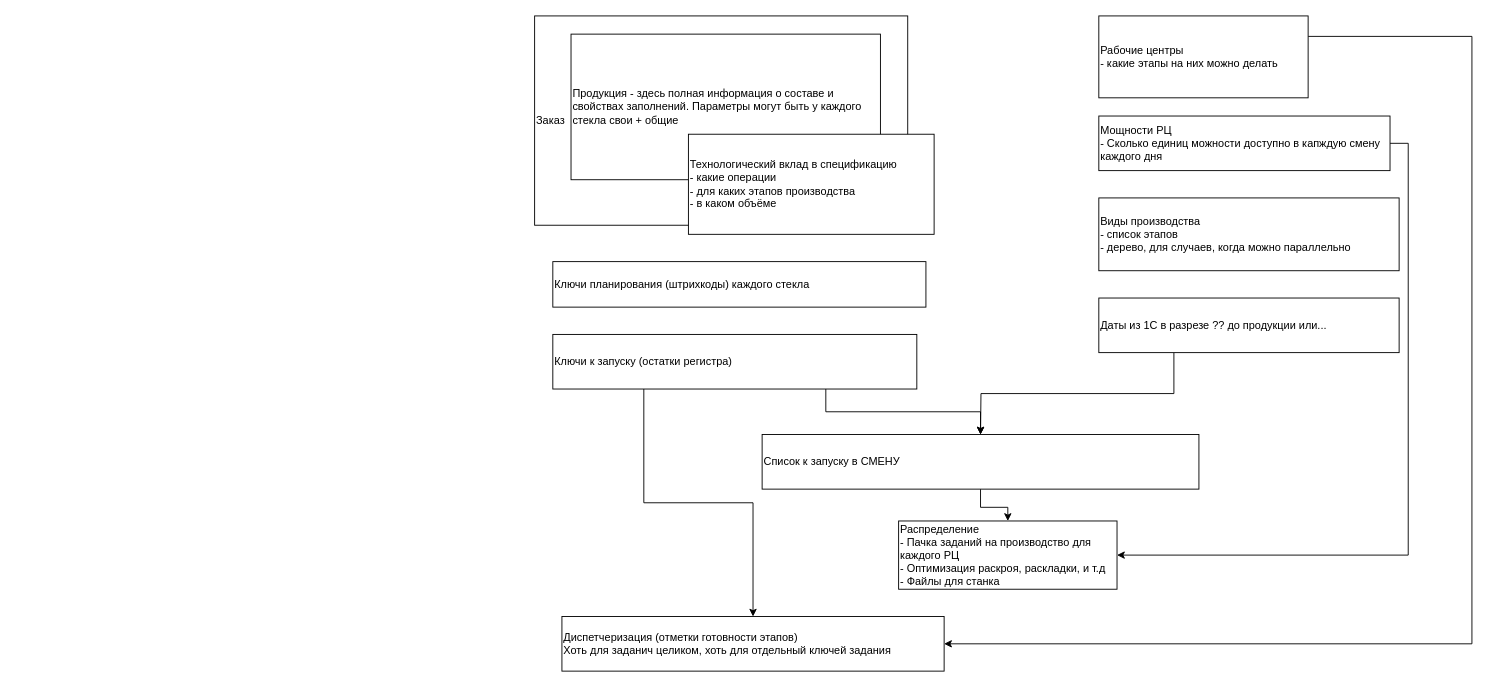
Before: Диаграмма без названия.drawio in ecookna/isoglass, a draw.io diagram. Source tidied: cells renumbered, new cells numbered last; positions are measured from the earlier drawing's top-left corner, leaving out a move shared by most shapes. Both pictures are drawn from the tidied source at 91%, with x=0, y=0 at pixel (534, 15).
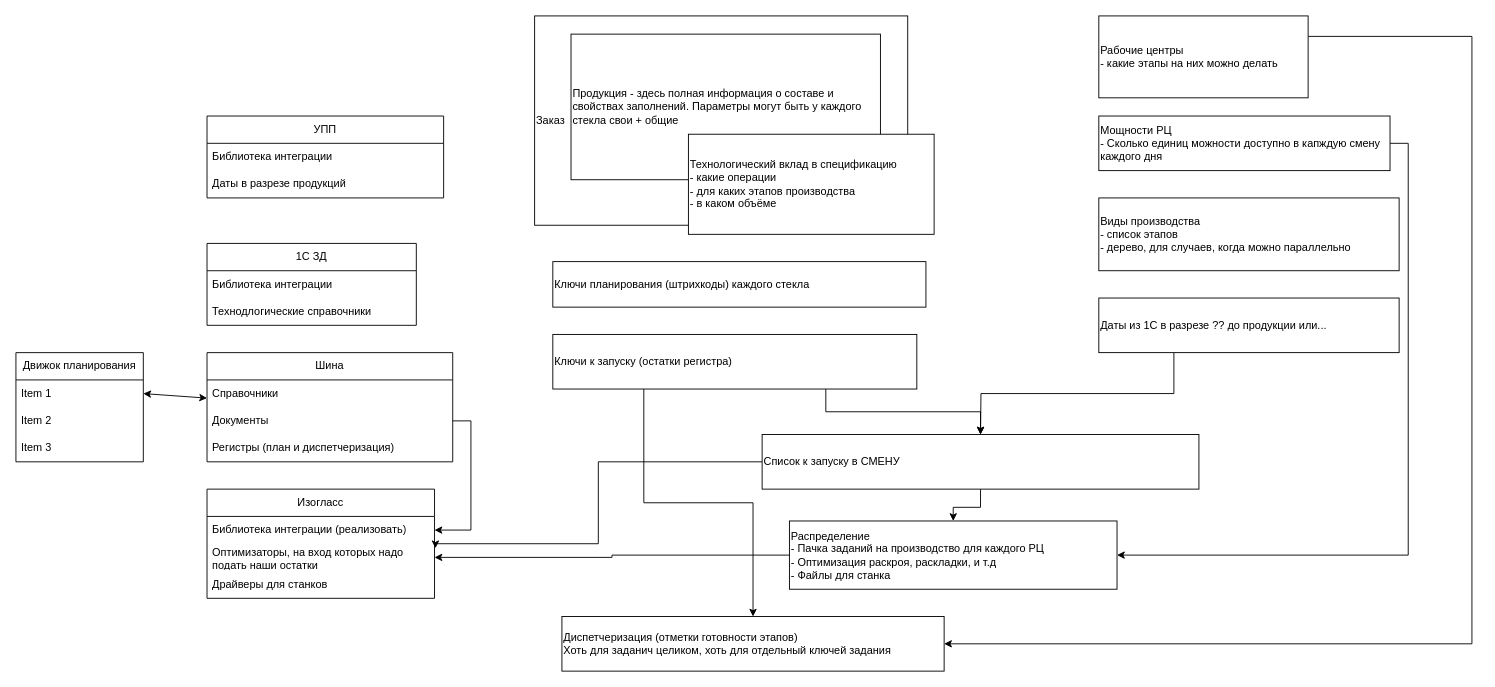
The same page after the edit.

The change refers to these unchanged cells:
```xml
<mxCell id="17" value="Список к запуску в СМЕНУ" style="rounded=0;whiteSpace=wrap;html=1;align=left;" parent="1" vertex="1">
  <mxGeometry x="250" y="460" width="480" height="60" as="geometry" />
</mxCell>
```

The edit, as a diff of the source:
```diff
@@
+    <mxCell id="20" style="edgeStyle=orthogonalEdgeStyle;rounded=0;jettySize=auto;html=1;exitX=0;exitY=0.5;exitDx=0;exitDy=0;entryX=1;entryY=0.5;entryDx=0;entryDy=0;" parent="1" edge="1" source="18" target="33">
+      <mxGeometry relative="1" as="geometry" />
+    </mxCell>
     <mxCell id="18" value="Распределение&lt;br&gt;- Пачка заданий на производство для каждого РЦ&lt;br&gt;- Оптимизация раскроя, раскладки, и т.д&lt;br&gt;- Файлы для станка" style="rounded=0;whiteSpace=wrap;html=1;align=left;" parent="1" vertex="1">
-      <mxGeometry x="400" y="555" width="240" height="75" as="geometry" />
+      <mxGeometry x="280" y="555" width="360" height="75" as="geometry" />
     </mxCell>
@@
+    <mxCell id="21" value="УПП" style="swimlane;fontStyle=0;horizontal=1;startSize=30;whiteSpace=wrap;html=1;" parent="1" vertex="1">
+      <mxGeometry x="-360" y="110" width="260" height="90" as="geometry" />
+    </mxCell>
+    <mxCell id="22" value="Библиотека интеграции" style="text;strokeColor=none;fillColor=none;align=left;verticalAlign=middle;spacingLeft=4;spacingRight=4;overflow=hidden;whiteSpace=wrap;html=1;" parent="21" vertex="1">
+      <mxGeometry y="30" width="260" height="30" as="geometry" />
+    </mxCell>
+    <mxCell id="23" value="Даты в разрезе продукций" style="text;strokeColor=none;fillColor=none;align=left;verticalAlign=middle;spacingLeft=4;spacingRight=4;overflow=hidden;whiteSpace=wrap;html=1;" parent="21" vertex="1">
+      <mxGeometry y="60" width="260" height="30" as="geometry" />
+    </mxCell>
+    <mxCell id="24" value="1С ЗД" style="swimlane;fontStyle=0;horizontal=1;startSize=30;whiteSpace=wrap;html=1;" parent="1" vertex="1">
+      <mxGeometry x="-360" y="250" width="230" height="90" as="geometry" />
+    </mxCell>
+    <mxCell id="25" value="Библиотека интеграции" style="text;strokeColor=none;fillColor=none;align=left;verticalAlign=middle;spacingLeft=4;spacingRight=4;overflow=hidden;whiteSpace=wrap;html=1;" parent="24" vertex="1">
+      <mxGeometry y="30" width="230" height="30" as="geometry" />
+    </mxCell>
+    <mxCell id="26" value="Технодлогические справочники" style="text;strokeColor=none;fillColor=none;align=left;verticalAlign=middle;spacingLeft=4;spacingRight=4;overflow=hidden;whiteSpace=wrap;html=1;" parent="24" vertex="1">
+      <mxGeometry y="60" width="230" height="30" as="geometry" />
+    </mxCell>
+    <mxCell id="27" value="Шина" style="swimlane;fontStyle=0;horizontal=1;startSize=30;whiteSpace=wrap;html=1;" parent="1" vertex="1">
+      <mxGeometry x="-360" y="370" width="270" height="120" as="geometry" />
+    </mxCell>
+    <mxCell id="28" value="Справочники" style="text;strokeColor=none;fillColor=none;align=left;verticalAlign=middle;spacingLeft=4;spacingRight=4;overflow=hidden;whiteSpace=wrap;html=1;" parent="27" vertex="1">
+      <mxGeometry y="30" width="270" height="30" as="geometry" />
+    </mxCell>
+    <mxCell id="29" value="Документы" style="text;strokeColor=none;fillColor=none;align=left;verticalAlign=middle;spacingLeft=4;spacingRight=4;overflow=hidden;points=[[0,0.5],[1,0.5]];portConstraint=eastwest;whiteSpace=wrap;html=1;" parent="27" vertex="1">
+      <mxGeometry y="60" width="270" height="30" as="geometry" />
+    </mxCell>
+    <mxCell id="30" value="Регистры (план и диспетчеризация)" style="text;strokeColor=none;fillColor=none;align=left;verticalAlign=middle;spacingLeft=4;spacingRight=4;overflow=hidden;whiteSpace=wrap;html=1;" parent="27" vertex="1">
+      <mxGeometry y="90" width="270" height="30" as="geometry" />
+    </mxCell>
+    <mxCell id="31" value="Изогласс" style="swimlane;fontStyle=0;horizontal=1;startSize=30;whiteSpace=wrap;html=1;" parent="1" vertex="1">
+      <mxGeometry x="-360" y="520" width="250" height="120" as="geometry" />
+    </mxCell>
+    <mxCell id="32" value="Библиотека интеграции (реализовать)" style="text;strokeColor=none;fillColor=none;align=left;verticalAlign=middle;spacingLeft=4;spacingRight=4;overflow=hidden;points=[[0,0.5],[1,0.5]];portConstraint=eastwest;whiteSpace=wrap;html=1;" parent="31" vertex="1">
+      <mxGeometry y="30" width="250" height="30" as="geometry" />
+    </mxCell>
+    <mxCell id="33" value="Оптимизаторы, на вход которых надо подать наши остатки" style="text;strokeColor=none;fillColor=none;align=left;verticalAlign=middle;spacingLeft=4;spacingRight=4;overflow=hidden;points=[[0,0.5],[1,0.5]];portConstraint=eastwest;whiteSpace=wrap;html=1;" parent="31" vertex="1">
+      <mxGeometry y="60" width="250" height="30" as="geometry" />
+    </mxCell>
+    <mxCell id="34" value="Драйверы для станков" style="text;strokeColor=none;fillColor=none;align=left;verticalAlign=middle;spacingLeft=4;spacingRight=4;overflow=hidden;whiteSpace=wrap;html=1;" parent="31" vertex="1">
+      <mxGeometry y="90" width="250" height="30" as="geometry" />
+    </mxCell>
+    <mxCell id="35" style="edgeStyle=orthogonalEdgeStyle;rounded=0;jettySize=auto;html=1;exitX=1;exitY=0.5;exitDx=0;exitDy=0;entryX=1;entryY=0.5;entryDx=0;entryDy=0;" parent="1" edge="1" source="29" target="32">
+      <mxGeometry relative="1" as="geometry" />
+    </mxCell>
+    <mxCell id="36" style="edgeStyle=orthogonalEdgeStyle;rounded=0;jettySize=auto;html=1;exitX=0;exitY=0.5;exitDx=0;exitDy=0;entryX=1.004;entryY=0.165;entryDx=0;entryDy=0;entryPerimeter=0;" parent="1" edge="1" source="17" target="33">
+      <mxGeometry relative="1" as="geometry">
+        <Array as="points">
+          <mxPoint x="70" y="490" />
+          <mxPoint x="70" y="580" />
+          <mxPoint x="-109" y="580" />
+        </Array>
+      </mxGeometry>
+    </mxCell>
+    <mxCell id="37" value="Движок планирования" style="swimlane;fontStyle=0;horizontal=1;startSize=30;whiteSpace=wrap;html=1;" parent="1" vertex="1">
+      <mxGeometry x="-570" y="370" width="140" height="120" as="geometry" />
+    </mxCell>
+    <mxCell id="38" value="Item 1" style="text;strokeColor=none;fillColor=none;align=left;verticalAlign=middle;spacingLeft=4;spacingRight=4;overflow=hidden;points=[[0,0.5],[1,0.5]];portConstraint=eastwest;whiteSpace=wrap;html=1;" parent="37" vertex="1">
+      <mxGeometry y="30" width="140" height="30" as="geometry" />
+    </mxCell>
+    <mxCell id="39" value="Item 2" style="text;strokeColor=none;fillColor=none;align=left;verticalAlign=middle;spacingLeft=4;spacingRight=4;overflow=hidden;whiteSpace=wrap;html=1;" parent="37" vertex="1">
+      <mxGeometry y="60" width="140" height="30" as="geometry" />
+    </mxCell>
+    <mxCell id="40" value="Item 3" style="text;strokeColor=none;fillColor=none;align=left;verticalAlign=middle;spacingLeft=4;spacingRight=4;overflow=hidden;whiteSpace=wrap;html=1;" parent="37" vertex="1">
+      <mxGeometry y="90" width="140" height="30" as="geometry" />
+    </mxCell>
+    <mxCell id="41" style="endArrow=classic;startArrow=classic;html=1;rounded=0;exitX=1;exitY=0.5;exitDx=0;exitDy=0;" parent="1" edge="1" source="38">
+      <mxGeometry relative="1" as="geometry">
+        <mxPoint x="-360" y="420" as="targetPoint" />
+      </mxGeometry>
+    </mxCell>
```
